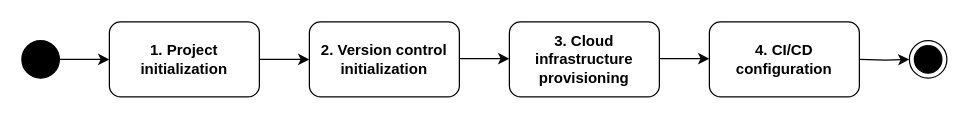
Before: objective.drawio in oscarmarcussen/master_diagram, a draw.io diagram. Source tidied: cells renumbered, new cells numbered last; positions are measured from the earlier drawing's top-left corner, leaving out a move shared by most shapes. Both pictures are drawn from the tidied source at 125%, with x=0, y=0 at pixel (21, 21).
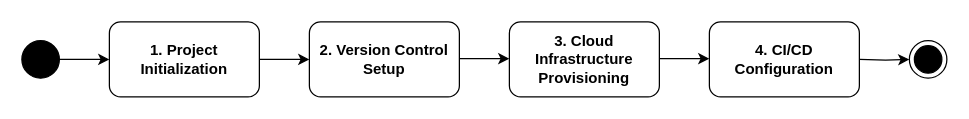
The same diagram, later.

Change to the diagram source:
```diff
@@
 <mxGraphModel>
   <root>
     <mxCell id="0" />
     <mxCell id="1" parent="0" />
     <mxCell id="2" style="edgeStyle=none;html=1;" parent="1" edge="1" source="3" target="4">
       <mxGeometry relative="1" as="geometry" />
     </mxCell>
-    <mxCell id="3" value="&lt;b&gt;1. Project initialization&lt;/b&gt;" style="rounded=1;whiteSpace=wrap;html=1;" parent="1" vertex="1">
+    <mxCell id="3" value="&lt;b&gt;1. Project Initialization&lt;/b&gt;" style="rounded=1;whiteSpace=wrap;html=1;" parent="1" vertex="1">
       <mxGeometry x="70" width="120" height="60" as="geometry" />
     </mxCell>
-    <mxCell id="4" value="&lt;b&gt;2.&amp;nbsp;&lt;/b&gt;&lt;span class=&quot;notion-enable-hover&quot; style=&quot;font-weight:600&quot;&gt;Version control initialization&lt;/span&gt;" style="rounded=1;whiteSpace=wrap;html=1;" parent="1" vertex="1">
+    <mxCell id="4" value="&lt;b&gt;2.&amp;nbsp;&lt;/b&gt;&lt;span class=&quot;notion-enable-hover&quot; style=&quot;font-weight:600&quot;&gt;Version Control Setup&lt;/span&gt;" style="rounded=1;whiteSpace=wrap;html=1;" parent="1" vertex="1">
       <mxGeometry x="230" width="120" height="60" as="geometry" />
     </mxCell>
-    <mxCell id="5" value="&lt;b&gt;3. Cloud i&lt;/b&gt;&lt;span class=&quot;notion-enable-hover&quot; style=&quot;font-weight:600&quot;&gt;nfrastructure provisioning&lt;/span&gt;" style="rounded=1;whiteSpace=wrap;html=1;" parent="1" vertex="1">
+    <mxCell id="5" value="&lt;b&gt;3. Cloud I&lt;/b&gt;&lt;span class=&quot;notion-enable-hover&quot; style=&quot;font-weight:600&quot;&gt;nfrastructure Provisioning&lt;/span&gt;" style="rounded=1;whiteSpace=wrap;html=1;" parent="1" vertex="1">
       <mxGeometry x="390" width="120" height="60" as="geometry" />
     </mxCell>
-    <mxCell id="6" value="&lt;b&gt;4.&lt;/b&gt;&amp;nbsp;&lt;span class=&quot;notion-enable-hover&quot; style=&quot;font-weight:600&quot;&gt;CI/CD configuration&lt;/span&gt;" style="rounded=1;whiteSpace=wrap;html=1;" parent="1" vertex="1">
+    <mxCell id="6" value="&lt;b&gt;4.&lt;/b&gt;&amp;nbsp;&lt;span class=&quot;notion-enable-hover&quot; style=&quot;font-weight:600&quot;&gt;CI/CD Configuration&lt;/span&gt;" style="rounded=1;whiteSpace=wrap;html=1;" parent="1" vertex="1">
       <mxGeometry x="550" width="120" height="60" as="geometry" />
     </mxCell>
     <mxCell id="7" style="edgeStyle=orthogonalEdgeStyle;rounded=0;jettySize=auto;html=1;exitX=1;exitY=0.5;exitDx=0;exitDy=0;" parent="1" edge="1" target="10">
       <mxGeometry relative="1" as="geometry">
         <mxPoint x="670" y="30" as="sourcePoint" />
       </mxGeometry>
     </mxCell>
     <mxCell id="8" style="edgeStyle=none;html=1;exitX=1;exitY=0.5;exitDx=0;exitDy=0;entryX=0;entryY=0.5;entryDx=0;entryDy=0;" parent="1" edge="1" source="9">
       <mxGeometry relative="1" as="geometry">
         <mxPoint x="70" y="30" as="targetPoint" />
       </mxGeometry>
     </mxCell>
     <mxCell id="9" style="ellipse;fillColor=strokeColor;html=1;" parent="1" vertex="1">
       <mxGeometry y="15" width="30" height="30" as="geometry" />
     </mxCell>
     <mxCell id="10" style="ellipse;html=1;shape=endState;fillColor=strokeColor;" parent="1" vertex="1">
       <mxGeometry x="710" y="15" width="30" height="30" as="geometry" />
     </mxCell>
     <mxCell id="11" style="edgeStyle=none;html=1;exitX=1;exitY=0.5;exitDx=0;exitDy=0;entryX=0;entryY=0.5;entryDx=0;entryDy=0;" parent="1" edge="1">
       <mxGeometry relative="1" as="geometry">
         <mxPoint x="510" y="29.4" as="sourcePoint" />
         <mxPoint x="550" y="29.4" as="targetPoint" />
       </mxGeometry>
     </mxCell>
     <mxCell id="12" style="edgeStyle=none;html=1;exitX=1;exitY=0.5;exitDx=0;exitDy=0;entryX=0;entryY=0.5;entryDx=0;entryDy=0;" parent="1" edge="1">
       <mxGeometry relative="1" as="geometry">
         <mxPoint x="350" y="29.4" as="sourcePoint" />
         <mxPoint x="390" y="29.4" as="targetPoint" />
       </mxGeometry>
     </mxCell>
   </root>
 </mxGraphModel>
```
